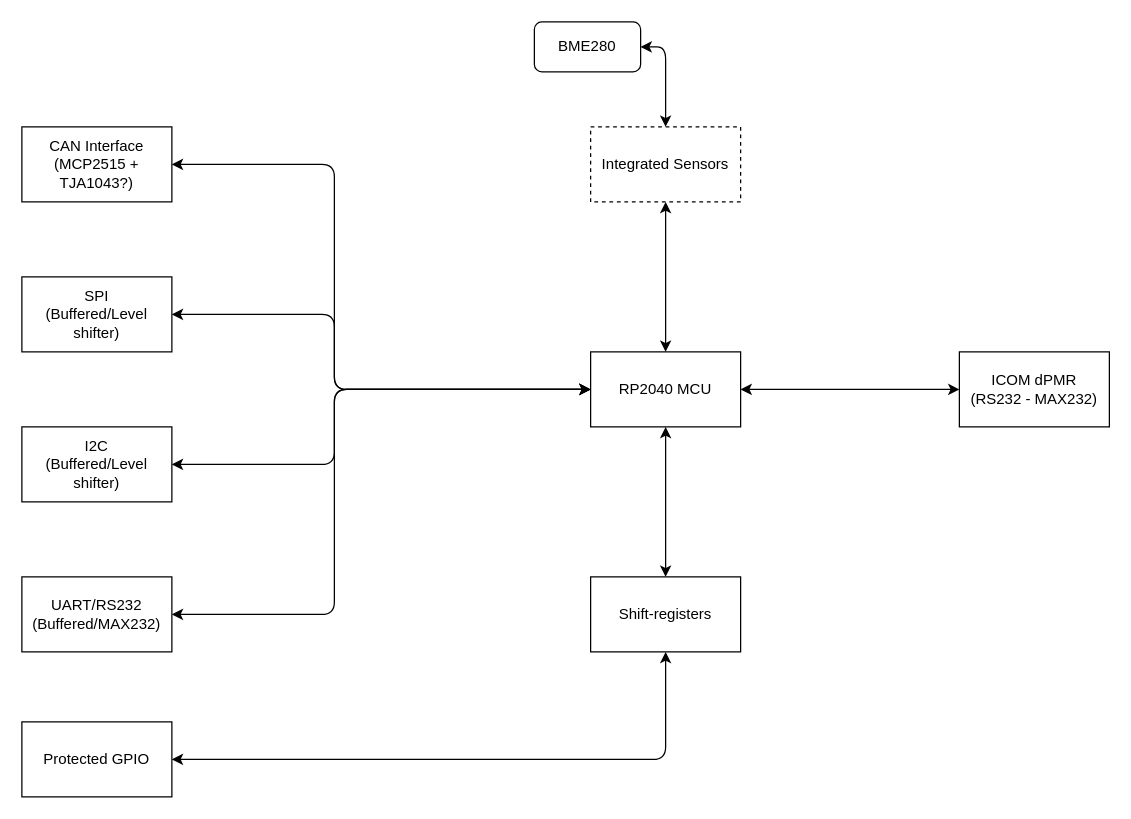
This is hardware/diagrams/interface block diagram.drawio from MSF-Telecom/Telemetrinterface, a draw.io file, before an edit. Source tidied: cells renumbered, new cells numbered last; positions are measured from the earlier drawing's top-left corner, leaving out a move shared by most shapes. Both pictures are drawn from the tidied source at 125%, with x=0, y=0 at pixel (21, 21).
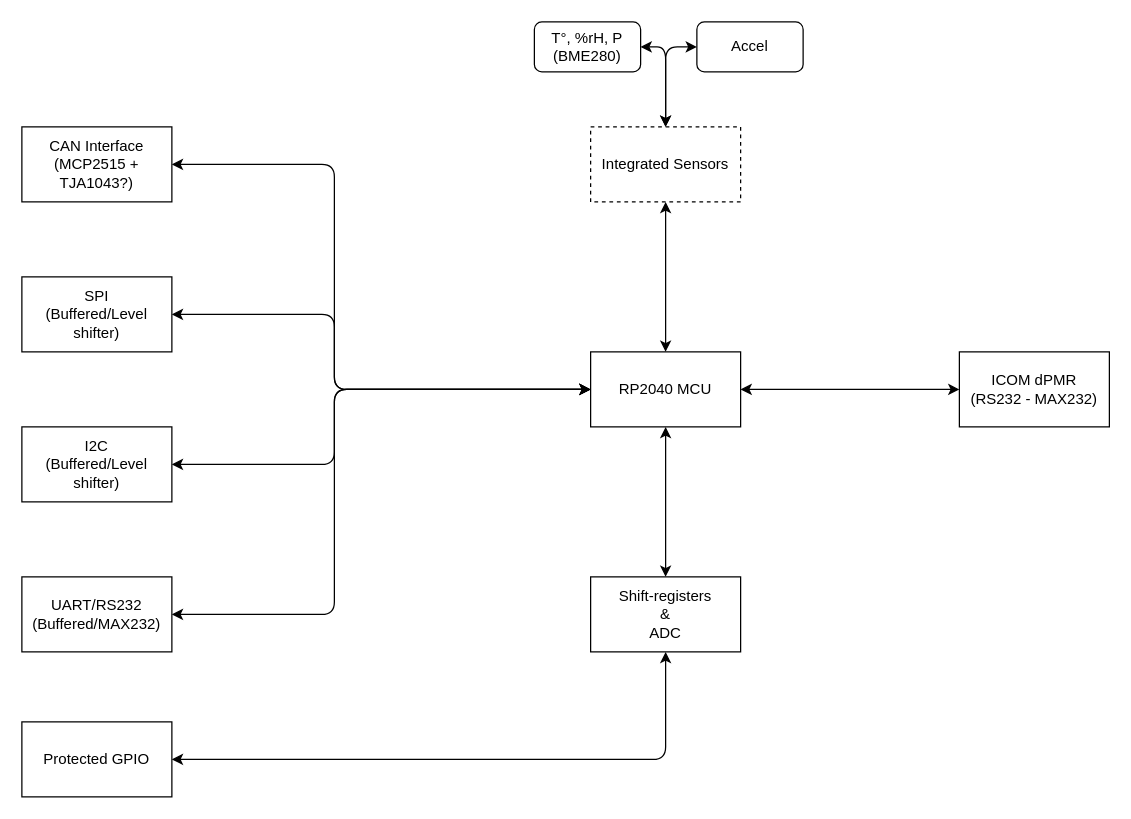
The same page after the edit.

Unchanged cells that the change refers to:
```xml
<mxCell id="15" value="Integrated Sensors" style="rounded=0;whiteSpace=wrap;html=1;dashed=1;" parent="1" vertex="1">
  <mxGeometry x="455" y="84" width="120" height="60" as="geometry" />
</mxCell>
```

Diff of the diagram source:
```diff
@@
-    <mxCell id="13" value="Shift-registers" style="rounded=0;whiteSpace=wrap;html=1;" parent="1" vertex="1">
+    <mxCell id="13" value="Shift-registers&lt;br&gt;&amp;amp;&lt;br&gt;ADC" style="rounded=0;whiteSpace=wrap;html=1;" parent="1" vertex="1">
       <mxGeometry x="455" y="444" width="120" height="60" as="geometry" />
     </mxCell>
@@
-    <mxCell id="17" value="BME280" style="rounded=1;whiteSpace=wrap;html=1;" parent="1" vertex="1">
+    <mxCell id="17" value="T°, %rH, P&lt;br&gt;(BME280)" style="rounded=1;whiteSpace=wrap;html=1;" parent="1" vertex="1">
       <mxGeometry x="410" width="85" height="40" as="geometry" />
     </mxCell>
@@
+    <mxCell id="21" value="Accel" style="rounded=1;whiteSpace=wrap;html=1;" parent="1" vertex="1">
+      <mxGeometry x="540" width="85" height="40" as="geometry" />
+    </mxCell>
+    <mxCell id="22" style="endArrow=classic;startArrow=classic;html=1;entryX=0.5;entryY=0;entryDx=0;entryDy=0;exitX=0;exitY=0.5;exitDx=0;exitDy=0;" parent="1" edge="1" source="21" target="15">
+      <mxGeometry relative="1" as="geometry">
+        <Array as="points">
+          <mxPoint x="515" y="20" />
+        </Array>
+      </mxGeometry>
+    </mxCell>
```
